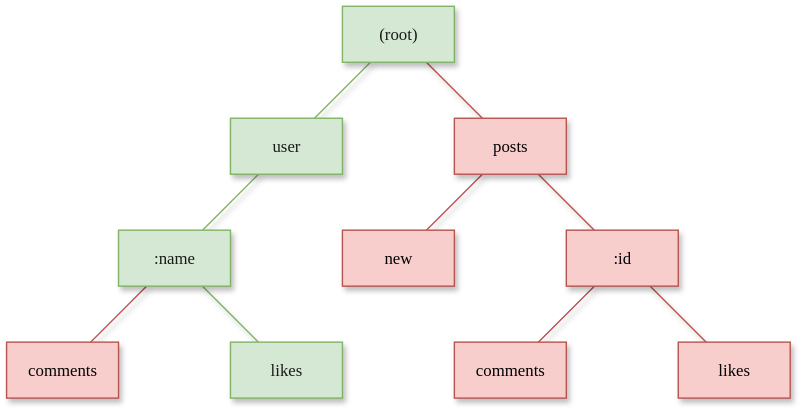
The draw.io diagram assets/tree.svg in wilaak/radix-router, before a commit. Source tidied: cells renumbered, new cells last; positions are measured from the earlier drawing's top-left corner, leaving out a move shared by most shapes.
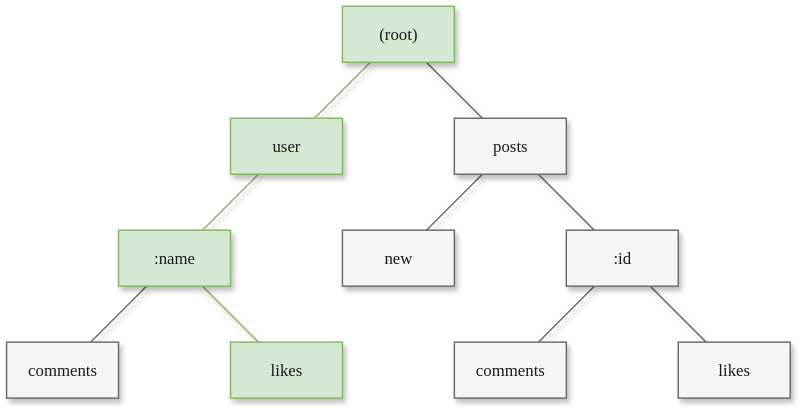
The same diagram one commit later.

Change to the diagram source:
```diff
@@ -2,28 +2,28 @@
   <root>
     <mxCell id="0" />
     <mxCell id="1" parent="0" />
-    <mxCell id="2" style="endArrow=none;html=1;rounded=0;exitX=0.75;exitY=0;exitDx=0;exitDy=0;entryX=0.25;entryY=1;entryDx=0;entryDy=0;fillColor=#f8cecc;strokeColor=#b85450;shadow=1;labelBorderColor=none;labelBackgroundColor=none;fontColor=#1A1A1A;convertToSvg=0;spacingTop=0;" parent="1" edge="1" source="15" target="14">
+    <mxCell id="2" style="endArrow=none;html=1;rounded=0;exitX=0.75;exitY=0;exitDx=0;exitDy=0;entryX=0.25;entryY=1;entryDx=0;entryDy=0;fillColor=#f5f5f5;strokeColor=#666666;shadow=1;labelBorderColor=none;labelBackgroundColor=none;fontColor=#1A1A1A;convertToSvg=0;spacingTop=0;" parent="1" edge="1" source="15" target="14">
       <mxGeometry relative="1" as="geometry" />
     </mxCell>
     <mxCell id="3" style="endArrow=none;html=1;rounded=0;exitX=0.75;exitY=0;exitDx=0;exitDy=0;entryX=0.25;entryY=1;entryDx=0;entryDy=0;fillColor=#d5e8d4;strokeColor=#82b366;shadow=1;labelBorderColor=none;labelBackgroundColor=none;fontColor=#1A1A1A;convertToSvg=0;spacingTop=0;" parent="1" edge="1" source="14" target="12">
       <mxGeometry relative="1" as="geometry" />
     </mxCell>
-    <mxCell id="4" style="endArrow=none;html=1;rounded=0;exitX=0.75;exitY=0;exitDx=0;exitDy=0;entryX=0.25;entryY=1;entryDx=0;entryDy=0;fillColor=#f8cecc;strokeColor=#b85450;shadow=1;labelBorderColor=none;labelBackgroundColor=none;fontColor=#1A1A1A;convertToSvg=0;spacingTop=0;" parent="1" edge="1" source="16" target="13">
+    <mxCell id="4" style="endArrow=none;html=1;rounded=0;exitX=0.75;exitY=0;exitDx=0;exitDy=0;entryX=0.25;entryY=1;entryDx=0;entryDy=0;shadow=1;labelBorderColor=none;labelBackgroundColor=none;fontColor=#1A1A1A;convertToSvg=0;spacingTop=0;fillColor=#f5f5f5;strokeColor=#666666;" parent="1" edge="1" source="16" target="13">
       <mxGeometry relative="1" as="geometry" />
     </mxCell>
     <mxCell id="5" style="endArrow=none;html=1;rounded=0;exitX=0.25;exitY=0;exitDx=0;exitDy=0;fillColor=#d5e8d4;strokeColor=#82b366;shadow=1;labelBorderColor=none;labelBackgroundColor=none;fontColor=#1A1A1A;convertToSvg=0;spacingTop=0;strokeWidth=1;" parent="1" edge="1" source="20" target="14">
       <mxGeometry relative="1" as="geometry" />
     </mxCell>
-    <mxCell id="6" style="endArrow=none;html=1;rounded=0;exitX=0.25;exitY=0;exitDx=0;exitDy=0;entryX=0.75;entryY=1;entryDx=0;entryDy=0;fillColor=#f8cecc;strokeColor=#b85450;shadow=1;labelBorderColor=none;labelBackgroundColor=none;fontColor=#1A1A1A;convertToSvg=0;spacingTop=0;" parent="1" edge="1" source="19" target="17">
+    <mxCell id="6" style="endArrow=none;html=1;rounded=0;exitX=0.25;exitY=0;exitDx=0;exitDy=0;entryX=0.75;entryY=1;entryDx=0;entryDy=0;shadow=1;labelBorderColor=none;labelBackgroundColor=none;fontColor=#1A1A1A;convertToSvg=0;spacingTop=0;fillColor=#f5f5f5;strokeColor=#666666;" parent="1" edge="1" source="19" target="17">
       <mxGeometry relative="1" as="geometry" />
     </mxCell>
-    <mxCell id="7" style="endArrow=none;html=1;rounded=0;exitX=0.75;exitY=0;exitDx=0;exitDy=0;entryX=0.25;entryY=1;entryDx=0;entryDy=0;fillColor=#f8cecc;strokeColor=#b85450;shadow=1;labelBorderColor=none;labelBackgroundColor=none;fontColor=#1A1A1A;convertToSvg=0;spacingTop=0;" parent="1" edge="1" source="18" target="17">
+    <mxCell id="7" style="endArrow=none;html=1;rounded=0;exitX=0.75;exitY=0;exitDx=0;exitDy=0;entryX=0.25;entryY=1;entryDx=0;entryDy=0;shadow=1;labelBorderColor=none;labelBackgroundColor=none;fontColor=#1A1A1A;convertToSvg=0;spacingTop=0;fillColor=#f5f5f5;strokeColor=#666666;" parent="1" edge="1" source="18" target="17">
       <mxGeometry relative="1" as="geometry" />
     </mxCell>
-    <mxCell id="8" style="endArrow=none;html=1;rounded=0;exitX=0.25;exitY=0;exitDx=0;exitDy=0;entryX=0.75;entryY=1;entryDx=0;entryDy=0;fillColor=#f8cecc;strokeColor=#b85450;shadow=1;labelBorderColor=none;labelBackgroundColor=none;fontColor=#1A1A1A;convertToSvg=0;spacingTop=0;" parent="1" edge="1" source="17" target="13">
+    <mxCell id="8" style="endArrow=none;html=1;rounded=0;exitX=0.25;exitY=0;exitDx=0;exitDy=0;entryX=0.75;entryY=1;entryDx=0;entryDy=0;shadow=1;labelBorderColor=none;labelBackgroundColor=none;fontColor=#1A1A1A;convertToSvg=0;spacingTop=0;fillColor=#f5f5f5;strokeColor=#666666;" parent="1" edge="1" source="17" target="13">
       <mxGeometry relative="1" as="geometry" />
     </mxCell>
-    <mxCell id="9" style="endArrow=none;html=1;rounded=0;exitX=0.25;exitY=0;exitDx=0;exitDy=0;entryX=0.75;entryY=1;entryDx=0;entryDy=0;fillColor=#f8cecc;strokeColor=#b85450;shadow=1;labelBorderColor=none;labelBackgroundColor=none;fontColor=#1A1A1A;convertToSvg=0;spacingTop=0;" parent="1" edge="1" source="13" target="11">
+    <mxCell id="9" style="endArrow=none;html=1;rounded=0;exitX=0.25;exitY=0;exitDx=0;exitDy=0;entryX=0.75;entryY=1;entryDx=0;entryDy=0;fillColor=#f5f5f5;strokeColor=#666666;shadow=1;labelBorderColor=none;labelBackgroundColor=none;fontColor=#1A1A1A;convertToSvg=0;spacingTop=0;" parent="1" edge="1" source="13" target="11">
       <mxGeometry relative="1" as="geometry" />
     </mxCell>
     <mxCell id="10" style="endArrow=none;html=1;rounded=0;entryX=0.25;entryY=1;entryDx=0;entryDy=0;exitX=0.75;exitY=0;exitDx=0;exitDy=0;fillColor=#d5e8d4;strokeColor=#82b366;endFill=0;startArrow=none;startFill=0;shadow=1;labelBorderColor=none;labelBackgroundColor=none;fontColor=#1A1A1A;convertToSvg=0;spacingTop=0;strokeWidth=1;" parent="1" edge="1" source="12" target="11">
@@ -35,25 +35,25 @@
     <mxCell id="12" value="user" style="whiteSpace=wrap;html=1;rounded=0;shadow=1;labelBackgroundColor=none;strokeWidth=1;fontFamily=Verdana;fontSize=12;align=center;fillColor=#d5e8d4;strokeColor=#82b366;glass=0;labelBorderColor=none;fontColor=#1A1A1A;convertToSvg=0;spacingTop=0;" parent="1" vertex="1">
       <mxGeometry x="160" y="80" width="80" height="40" as="geometry" />
     </mxCell>
-    <mxCell id="13" value="posts" style="whiteSpace=wrap;html=1;rounded=0;shadow=1;labelBackgroundColor=none;strokeWidth=1;fontFamily=Verdana;fontSize=12;align=center;glass=0;fillColor=#f8cecc;strokeColor=#b85450;labelBorderColor=none;convertToSvg=0;spacingTop=0;" parent="1" vertex="1">
+    <mxCell id="13" value="posts" style="whiteSpace=wrap;html=1;rounded=0;shadow=1;labelBackgroundColor=none;strokeWidth=1;fontFamily=Verdana;fontSize=12;align=center;glass=0;labelBorderColor=none;convertToSvg=0;spacingTop=0;fillColor=#f5f5f5;fontColor=#1A1A1A;strokeColor=#666666;" parent="1" vertex="1">
       <mxGeometry x="320" y="80" width="80" height="40" as="geometry" />
     </mxCell>
     <mxCell id="14" value=":name" style="whiteSpace=wrap;html=1;rounded=0;shadow=1;labelBackgroundColor=none;strokeWidth=1;fontFamily=Verdana;fontSize=12;align=center;fillColor=#d5e8d4;strokeColor=#82b366;glass=0;labelBorderColor=none;fontColor=#1A1A1A;convertToSvg=0;spacingTop=0;" parent="1" vertex="1">
       <mxGeometry x="80" y="160" width="80" height="40" as="geometry" />
     </mxCell>
-    <mxCell id="15" value="comments" style="whiteSpace=wrap;html=1;rounded=0;shadow=1;labelBackgroundColor=none;strokeWidth=1;fontFamily=Verdana;fontSize=12;align=center;fillColor=#f8cecc;strokeColor=#b85450;glass=0;labelBorderColor=none;convertToSvg=0;spacingTop=0;" parent="1" vertex="1">
+    <mxCell id="15" value="comments" style="whiteSpace=wrap;html=1;rounded=0;shadow=1;labelBackgroundColor=none;strokeWidth=1;fontFamily=Verdana;fontSize=12;align=center;fillColor=#f5f5f5;strokeColor=#666666;glass=0;labelBorderColor=none;convertToSvg=0;spacingTop=0;fontColor=#1A1A1A;" parent="1" vertex="1">
       <mxGeometry y="240" width="80" height="40" as="geometry" />
     </mxCell>
-    <mxCell id="16" value="new" style="whiteSpace=wrap;html=1;rounded=0;shadow=1;labelBackgroundColor=none;strokeWidth=1;fontFamily=Verdana;fontSize=12;align=center;fillColor=#f8cecc;strokeColor=#b85450;glass=0;labelBorderColor=none;convertToSvg=0;spacingTop=0;" parent="1" vertex="1">
+    <mxCell id="16" value="new" style="whiteSpace=wrap;html=1;rounded=0;shadow=1;labelBackgroundColor=none;strokeWidth=1;fontFamily=Verdana;fontSize=12;align=center;fillColor=#f5f5f5;strokeColor=#666666;glass=0;labelBorderColor=none;convertToSvg=0;spacingTop=0;fontColor=#1A1A1A;" parent="1" vertex="1">
       <mxGeometry x="240" y="160" width="80" height="40" as="geometry" />
     </mxCell>
-    <mxCell id="17" value=":id" style="whiteSpace=wrap;html=1;rounded=0;shadow=1;labelBackgroundColor=none;strokeWidth=1;fontFamily=Verdana;fontSize=12;align=center;fillColor=#f8cecc;strokeColor=#b85450;glass=0;labelBorderColor=none;convertToSvg=0;spacingTop=0;" parent="1" vertex="1">
+    <mxCell id="17" value=":id" style="whiteSpace=wrap;html=1;rounded=0;shadow=1;labelBackgroundColor=none;strokeWidth=1;fontFamily=Verdana;fontSize=12;align=center;glass=0;labelBorderColor=none;convertToSvg=0;spacingTop=0;fillColor=#f5f5f5;fontColor=#1A1A1A;strokeColor=#666666;" parent="1" vertex="1">
       <mxGeometry x="400" y="160" width="80" height="40" as="geometry" />
     </mxCell>
-    <mxCell id="18" value="comments" style="whiteSpace=wrap;html=1;rounded=0;shadow=1;labelBackgroundColor=none;strokeWidth=1;fontFamily=Verdana;fontSize=12;align=center;fillColor=#f8cecc;strokeColor=#b85450;glass=0;labelBorderColor=none;convertToSvg=0;spacingTop=0;" parent="1" vertex="1">
+    <mxCell id="18" value="comments" style="whiteSpace=wrap;html=1;rounded=0;shadow=1;labelBackgroundColor=none;strokeWidth=1;fontFamily=Verdana;fontSize=12;align=center;glass=0;labelBorderColor=none;convertToSvg=0;spacingTop=0;fillColor=#f5f5f5;fontColor=#1A1A1A;strokeColor=#666666;" parent="1" vertex="1">
       <mxGeometry x="320" y="240" width="80" height="40" as="geometry" />
     </mxCell>
-    <mxCell id="19" value="likes" style="whiteSpace=wrap;html=1;rounded=0;shadow=1;labelBackgroundColor=none;strokeWidth=1;fontFamily=Verdana;fontSize=12;align=center;fillColor=#f8cecc;strokeColor=#b85450;glass=0;labelBorderColor=none;convertToSvg=0;spacingTop=0;" parent="1" vertex="1">
+    <mxCell id="19" value="likes" style="whiteSpace=wrap;html=1;rounded=0;shadow=1;labelBackgroundColor=none;strokeWidth=1;fontFamily=Verdana;fontSize=12;align=center;glass=0;labelBorderColor=none;convertToSvg=0;spacingTop=0;fillColor=#f5f5f5;fontColor=#1A1A1A;strokeColor=#666666;" parent="1" vertex="1">
       <mxGeometry x="480" y="240" width="80" height="40" as="geometry" />
     </mxCell>
     <mxCell id="20" value="likes" style="whiteSpace=wrap;html=1;rounded=0;shadow=1;labelBackgroundColor=none;strokeWidth=1;fontFamily=Verdana;fontSize=12;align=center;fillColor=#d5e8d4;strokeColor=#82b366;glass=0;labelBorderColor=none;fontColor=#1A1A1A;convertToSvg=0;spacingTop=0;" parent="1" vertex="1">
```
